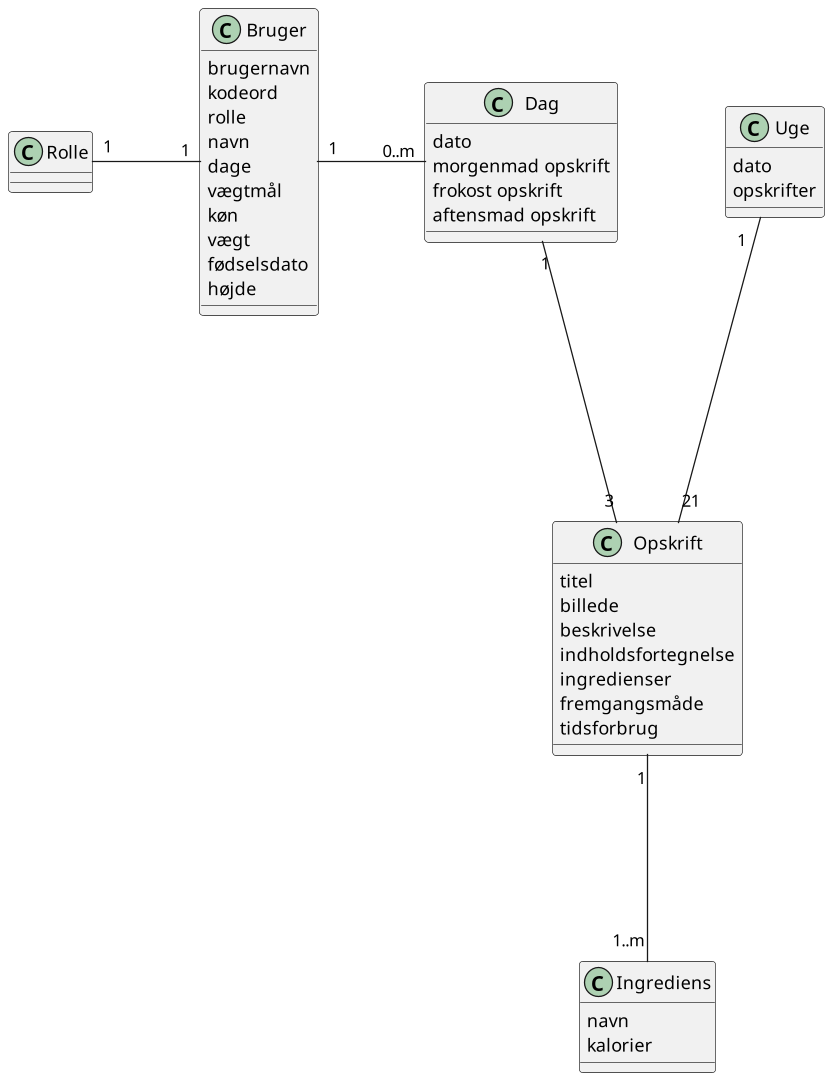
The PlantUML diagram diagram/domain-model.png in sofush/kostplan, before a commit. Its diagram source:
```plantuml
@startuml
scale 1920*1080
class Rolle {}
class Bruger {
	brugernavn
	kodeord
	rolle
	navn
	dage
	vægtmål
	køn
	vægt
	fødselsdato
	højde
}
class Dag {
	dato
	morgenmad opskrift
	frokost opskrift
	aftensmad opskrift
}
class Uge {
	dato
	opskrifter
}
class Opskrift {
	titel
	billede
	beskrivelse
	indholdsfortegnelse
	ingredienser
	fremgangsmåde
	tidsforbrug
}
class Ingrediens {
	navn
	kalorier
}

Rolle "1" -r-- "1" Bruger
Bruger "1" -r-- "0..m" Dag
Uge "1" --- "21" Opskrift
Dag "1" --- "3" Opskrift
Opskrift "1" --- "1..m" Ingrediens

@enduml
```
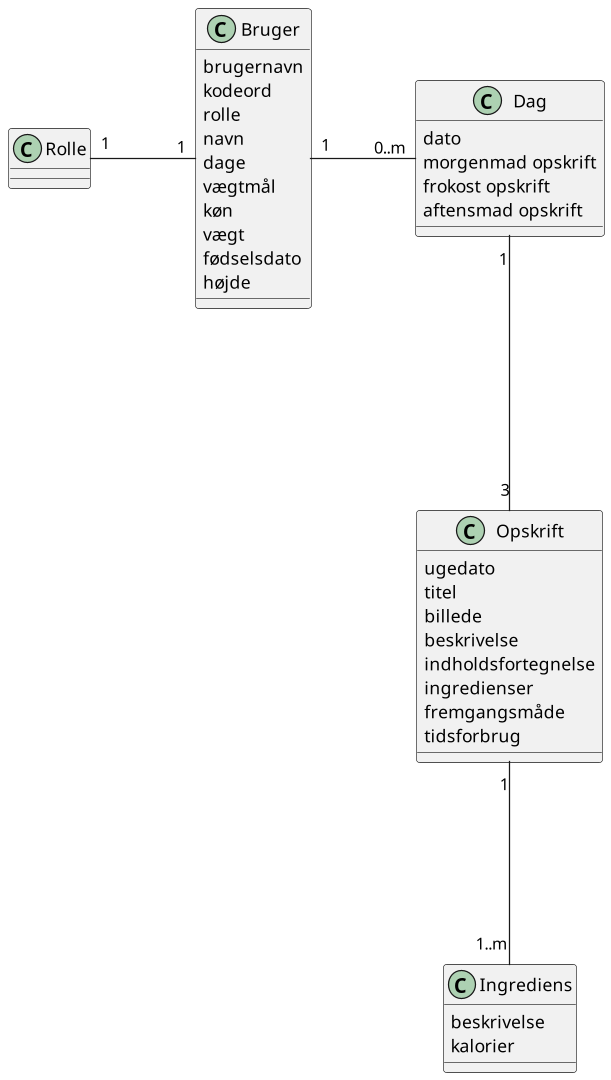
After the commit.

Commit message:
docs: update domain model

Change to the diagram source:
```diff
@@ -19,11 +19,8 @@
 	frokost opskrift
 	aftensmad opskrift
 }
-class Uge {
-	dato
-	opskrifter
-}
 class Opskrift {
+	ugedato
 	titel
 	billede
 	beskrivelse
@@ -33,13 +30,12 @@
 	tidsforbrug
 }
 class Ingrediens {
-	navn
+	beskrivelse
 	kalorier
 }
 
 Rolle "1" -r-- "1" Bruger
 Bruger "1" -r-- "0..m" Dag
-Uge "1" --- "21" Opskrift
 Dag "1" --- "3" Opskrift
 Opskrift "1" --- "1..m" Ingrediens
 
```
